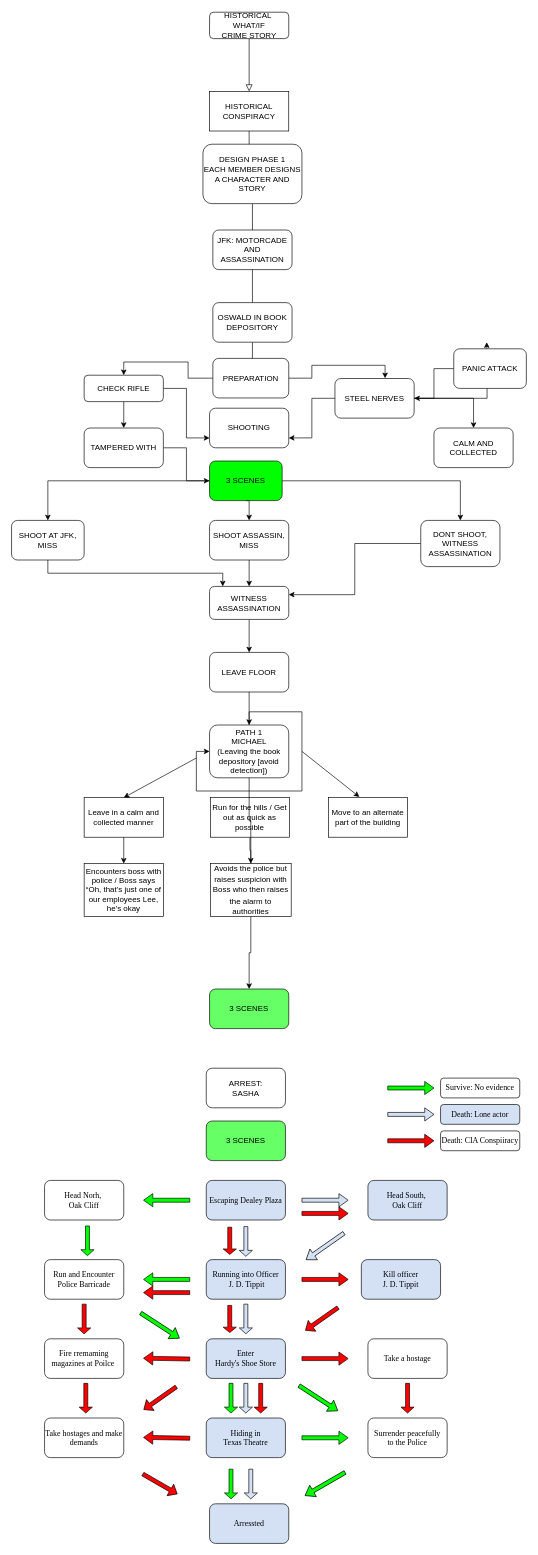
Before: Untitled Diagram.drawio in bottack/CN-text-game, a draw.io diagram. Source tidied: cells renumbered, new cells numbered last; positions are measured from the earlier drawing's top-left corner, leaving out a move shared by most shapes. Both pictures are drawn from the tidied source at 66%, with x=0, y=0 at pixel (11, 12).
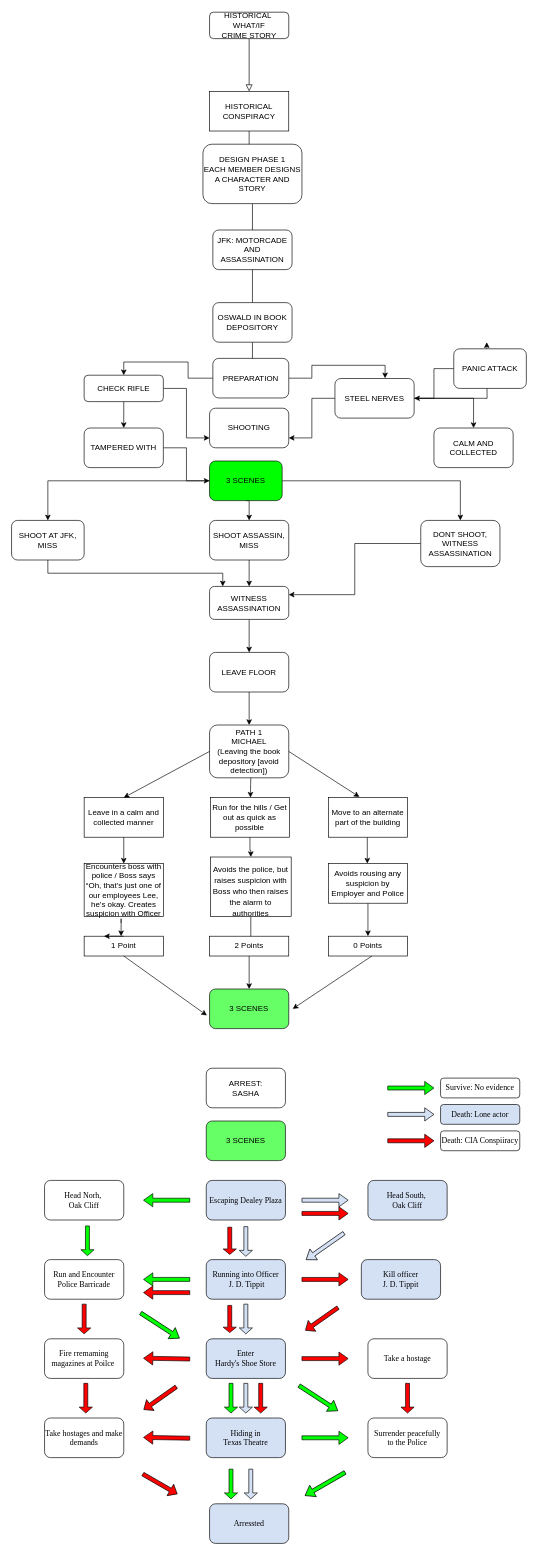
Above is the later version.

Unchanged cells that the change refers to:
```xml
<mxCell id="14" value="PATH 1&lt;br&gt;MICHAEL &lt;br&gt;(Leaving the book depository [avoid detection])" style="rounded=1;whiteSpace=wrap;html=1;" parent="1" vertex="1">
  <mxGeometry x="300" y="1080" width="120" height="80" as="geometry" />
</mxCell>
<mxCell id="51" value="Move to an alternate part of the building" style="rounded=0;whiteSpace=wrap;html=1;" parent="1" vertex="1">
  <mxGeometry x="480" y="1190" width="120" height="60" as="geometry" />
</mxCell>
```

The edit, as a diff of the source:
```diff
@@
-    <mxCell id="52" value="&lt;font style=&quot;font-size: 12px&quot;&gt;&lt;b style=&quot;font-weight: normal&quot; id=&quot;docs-internal-guid-0d5b35a1-7fff-3c9c-e972-940c676d5d1a&quot;&gt;&lt;span style=&quot;font-family: &amp;#34;arial&amp;#34; ; color: rgb(0 , 0 , 0) ; background-color: transparent ; font-weight: 400 ; font-style: normal ; font-variant: normal ; text-decoration: none ; vertical-align: baseline&quot;&gt;Encounters boss with police / Boss says “Oh, that’s just one of our employees Lee, he’s okay&lt;/span&gt;&lt;/b&gt;&lt;br&gt;&lt;/font&gt;" style="rounded=0;whiteSpace=wrap;html=1;" parent="1" vertex="1">
+    <mxCell id="52" value="&lt;font style=&quot;font-size: 12px&quot;&gt;&lt;b style=&quot;font-weight: normal&quot; id=&quot;docs-internal-guid-0d5b35a1-7fff-3c9c-e972-940c676d5d1a&quot;&gt;&lt;span style=&quot;font-family: &amp;#34;arial&amp;#34; ; color: rgb(0 , 0 , 0) ; background-color: transparent ; font-weight: 400 ; font-style: normal ; font-variant: normal ; text-decoration: none ; vertical-align: baseline&quot;&gt;Encounters boss with police / Boss says “Oh, that’s just one of our employees Lee, he’s okay. Creates suspicion with Officer&lt;/span&gt;&lt;/b&gt;&lt;br&gt;&lt;/font&gt;" style="rounded=0;whiteSpace=wrap;html=1;" parent="1" vertex="1">
       <mxGeometry x="110" y="1290" width="120" height="80" as="geometry" />
     </mxCell>
@@
-    <mxCell id="54" style="endArrow=classic;html=1;" parent="1" edge="1">
+    <mxCell id="54" style="endArrow=classic;html=1;exitX=0;exitY=0.5;exitDx=0;exitDy=0;" parent="1" edge="1" source="14">
       <mxGeometry relative="1" as="geometry">
-        <mxPoint x="280" y="1130" as="sourcePoint" />
         <mxPoint x="170" y="1190" as="targetPoint" />
       </mxGeometry>
     </mxCell>
@@
-    <mxCell id="56" style="endArrow=classic;html=1;entryX=0.392;entryY=-0.017;entryDx=0;entryDy=0;entryPerimeter=0;" parent="1" edge="1" target="51">
-      <mxGeometry relative="1" as="geometry">
-        <mxPoint x="440" y="1120" as="sourcePoint" />
-      </mxGeometry>
+    <mxCell id="56" style="endArrow=classic;html=1;entryX=0.392;entryY=-0.017;entryDx=0;entryDy=0;entryPerimeter=0;exitX=1;exitY=0.5;exitDx=0;exitDy=0;" parent="1" edge="1" source="14" target="51">
+      <mxGeometry relative="1" as="geometry" />
     </mxCell>
@@
-    <mxCell id="60" style="edgeStyle=orthogonalEdgeStyle;rounded=0;orthogonalLoop=1;jettySize=auto;html=1;entryX=0;entryY=0.5;entryDx=0;entryDy=0;" parent="1" edge="1" source="14" target="14">
-      <mxGeometry relative="1" as="geometry" />
-    </mxCell>
@@
-    <mxCell id="62" value="&lt;br&gt;&lt;br&gt;&lt;b style=&quot;font-weight: normal&quot; id=&quot;docs-internal-guid-cddb31db-7fff-5d44-6d3c-6f6b44e59d40&quot;&gt;&lt;p dir=&quot;ltr&quot; style=&quot;line-height: 1.38 ; margin-top: 0pt ; margin-bottom: 0pt&quot;&gt;&lt;span style=&quot;font-family: &amp;#34;arial&amp;#34; ; color: rgb(0 , 0 , 0) ; background-color: transparent ; font-weight: 400 ; font-style: normal ; font-variant: normal ; text-decoration: none ; vertical-align: baseline&quot;&gt;&lt;font style=&quot;font-size: 12px&quot;&gt;Avoids the police but raises suspicion with Boss who then raises the alarm to authorities&lt;/font&gt;&lt;/span&gt;&lt;/p&gt;&lt;/b&gt;&lt;br class=&quot;Apple-interchange-newline&quot;&gt;&lt;br&gt;" style="rounded=0;whiteSpace=wrap;html=1;" parent="1" vertex="1">
-      <mxGeometry x="301.2" y="1290" width="122.5" height="80" as="geometry" />
+    <mxCell id="62" value="&lt;br&gt;&lt;br&gt;&lt;b style=&quot;font-weight: normal&quot; id=&quot;docs-internal-guid-cddb31db-7fff-5d44-6d3c-6f6b44e59d40&quot;&gt;&lt;p dir=&quot;ltr&quot; style=&quot;line-height: 1.38 ; margin-top: 0pt ; margin-bottom: 0pt&quot;&gt;&lt;span style=&quot;font-family: &amp;#34;arial&amp;#34; ; color: rgb(0 , 0 , 0) ; background-color: transparent ; font-weight: 400 ; font-style: normal ; font-variant: normal ; text-decoration: none ; vertical-align: baseline&quot;&gt;&lt;font style=&quot;font-size: 12px&quot;&gt;Avoids the police, but raises suspicion with Boss who then raises the alarm to authorities&lt;/font&gt;&lt;/span&gt;&lt;/p&gt;&lt;/b&gt;&lt;br class=&quot;Apple-interchange-newline&quot;&gt;" style="rounded=0;whiteSpace=wrap;html=1;" parent="1" vertex="1">
+      <mxGeometry x="301.2" y="1280" width="122.5" height="90" as="geometry" />
     </mxCell>
@@
-    <mxCell id="64" style="edgeStyle=orthogonalEdgeStyle;rounded=0;jettySize=auto;html=1;endArrow=none;" parent="1" edge="1" source="14" target="62">
-      <mxGeometry relative="1" as="geometry" />
-    </mxCell>
@@
+    <mxCell id="108" style="edgeStyle=orthogonalEdgeStyle;rounded=0;jettySize=auto;html=1;" parent="1" edge="1" source="109" target="112">
+      <mxGeometry relative="1" as="geometry" />
+    </mxCell>
+    <mxCell id="109" value="Avoids rousing any suspicion by Employer and Police" style="rounded=0;whiteSpace=wrap;html=1;" parent="1" vertex="1">
+      <mxGeometry x="480" y="1290" width="120" height="60" as="geometry" />
+    </mxCell>
+    <mxCell id="110" value="1 Point" style="rounded=0;whiteSpace=wrap;html=1;" parent="1" vertex="1">
+      <mxGeometry x="110" y="1400" width="120" height="30" as="geometry" />
+    </mxCell>
+    <mxCell id="111" style="edgeStyle=orthogonalEdgeStyle;rounded=0;orthogonalLoop=1;jettySize=auto;html=1;exitX=0.5;exitY=0;exitDx=0;exitDy=0;entryX=0.25;entryY=0;entryDx=0;entryDy=0;" parent="1" edge="1" source="110" target="110">
+      <mxGeometry relative="1" as="geometry" />
+    </mxCell>
+    <mxCell id="112" value="0 Points" style="rounded=0;whiteSpace=wrap;html=1;" parent="1" vertex="1">
+      <mxGeometry x="480" y="1400" width="120" height="30" as="geometry" />
+    </mxCell>
+    <mxCell id="113" value="2 Points" style="rounded=0;whiteSpace=wrap;html=1;" parent="1" vertex="1">
+      <mxGeometry x="300" y="1400" width="120" height="30" as="geometry" />
+    </mxCell>
+    <mxCell id="114" style="edgeStyle=orthogonalEdgeStyle;rounded=0;orthogonalLoop=1;jettySize=auto;html=1;exitX=0.5;exitY=1;exitDx=0;exitDy=0;" parent="1" edge="1" source="112" target="112">
+      <mxGeometry relative="1" as="geometry" />
+    </mxCell>
+    <mxCell id="115" style="edgeStyle=orthogonalEdgeStyle;rounded=0;orthogonalLoop=1;jettySize=auto;html=1;exitX=0.5;exitY=1;exitDx=0;exitDy=0;" parent="1" edge="1" source="112" target="112">
+      <mxGeometry relative="1" as="geometry" />
+    </mxCell>
+    <mxCell id="116" style="endArrow=classic;html=1;" parent="1" edge="1">
+      <mxGeometry relative="1" as="geometry">
+        <mxPoint x="362.5" y="1160" as="sourcePoint" />
+        <mxPoint x="362" y="1190" as="targetPoint" />
+        <Array as="points">
+          <mxPoint x="362" y="1180" />
+        </Array>
+      </mxGeometry>
+    </mxCell>
+    <mxCell id="117" style="endArrow=classic;html=1;" parent="1" edge="1">
+      <mxGeometry relative="1" as="geometry">
+        <mxPoint x="166" y="1380" as="sourcePoint" />
+        <mxPoint x="166" y="1400" as="targetPoint" />
+        <Array as="points">
+          <mxPoint x="166" y="1370" />
+        </Array>
+      </mxGeometry>
+    </mxCell>
+    <mxCell id="118" style="endArrow=classic;html=1;exitX=0.5;exitY=1;exitDx=0;exitDy=0;" parent="1" edge="1" source="110">
+      <mxGeometry relative="1" as="geometry">
+        <mxPoint x="296" y="1520" as="targetPoint" />
+      </mxGeometry>
+    </mxCell>
+    <mxCell id="119" style="endArrow=classic;html=1;" parent="1" edge="1">
+      <mxGeometry relative="1" as="geometry">
+        <mxPoint x="546" y="1430" as="sourcePoint" />
+        <mxPoint x="426" y="1510" as="targetPoint" />
+      </mxGeometry>
+    </mxCell>
+    <mxCell id="120" style="endArrow=classic;html=1;exitX=0.5;exitY=1;exitDx=0;exitDy=0;" parent="1" edge="1">
+      <mxGeometry relative="1" as="geometry">
+        <mxPoint x="539" y="1250" as="sourcePoint" />
+        <mxPoint x="539" y="1290" as="targetPoint" />
+      </mxGeometry>
+    </mxCell>
```
